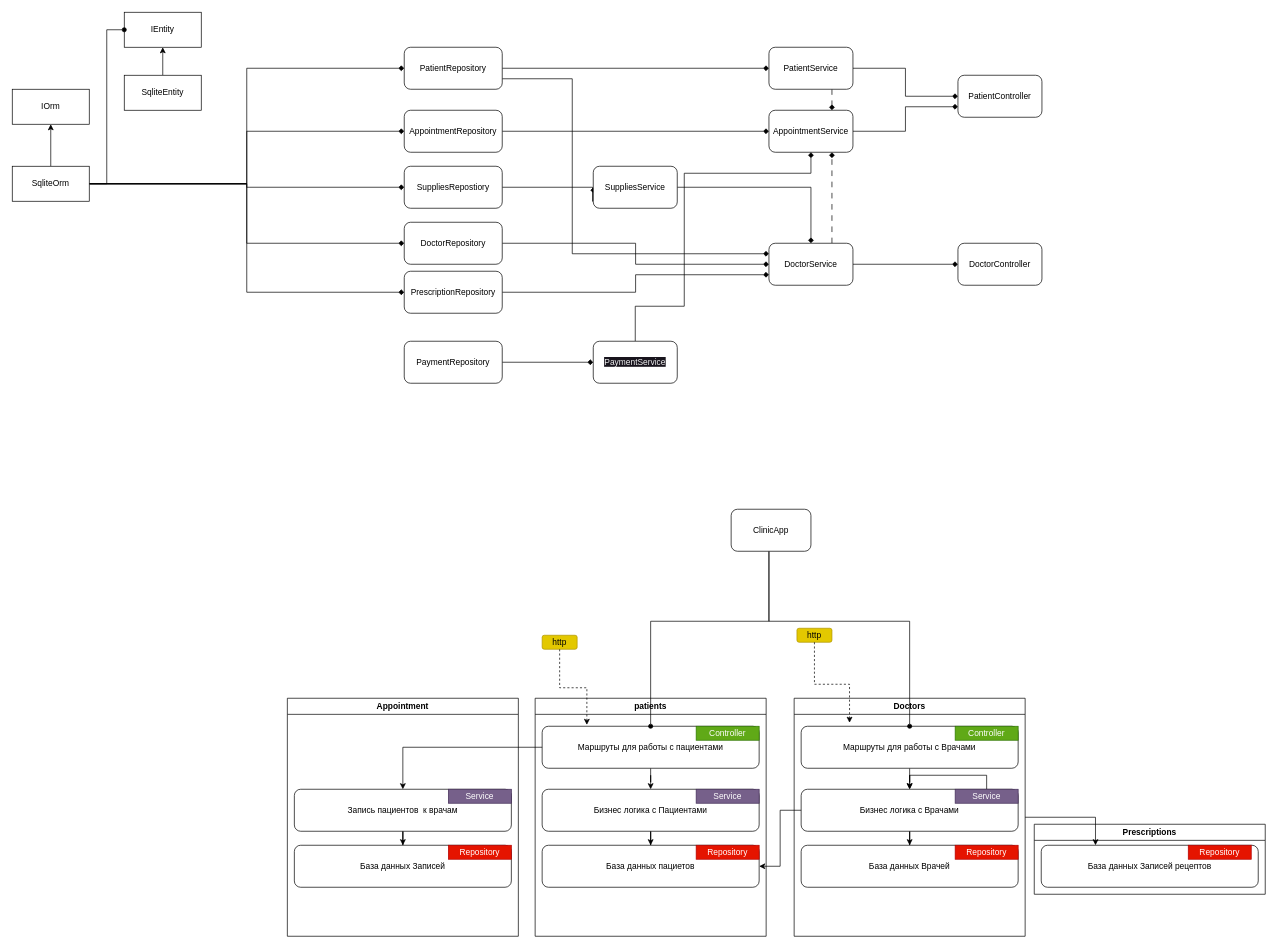
Pixelzzz99/WeeklyClinic keeps this draw.io diagram as WeeklyClinic.drawio. Above is the earlier version. Source tidied: cells renumbered, new cells numbered last; positions are measured from the earlier drawing's top-left corner, leaving out a move shared by most shapes. Both pictures are drawn from the tidied source at 70%, with x=0, y=0 at pixel (12, 12).
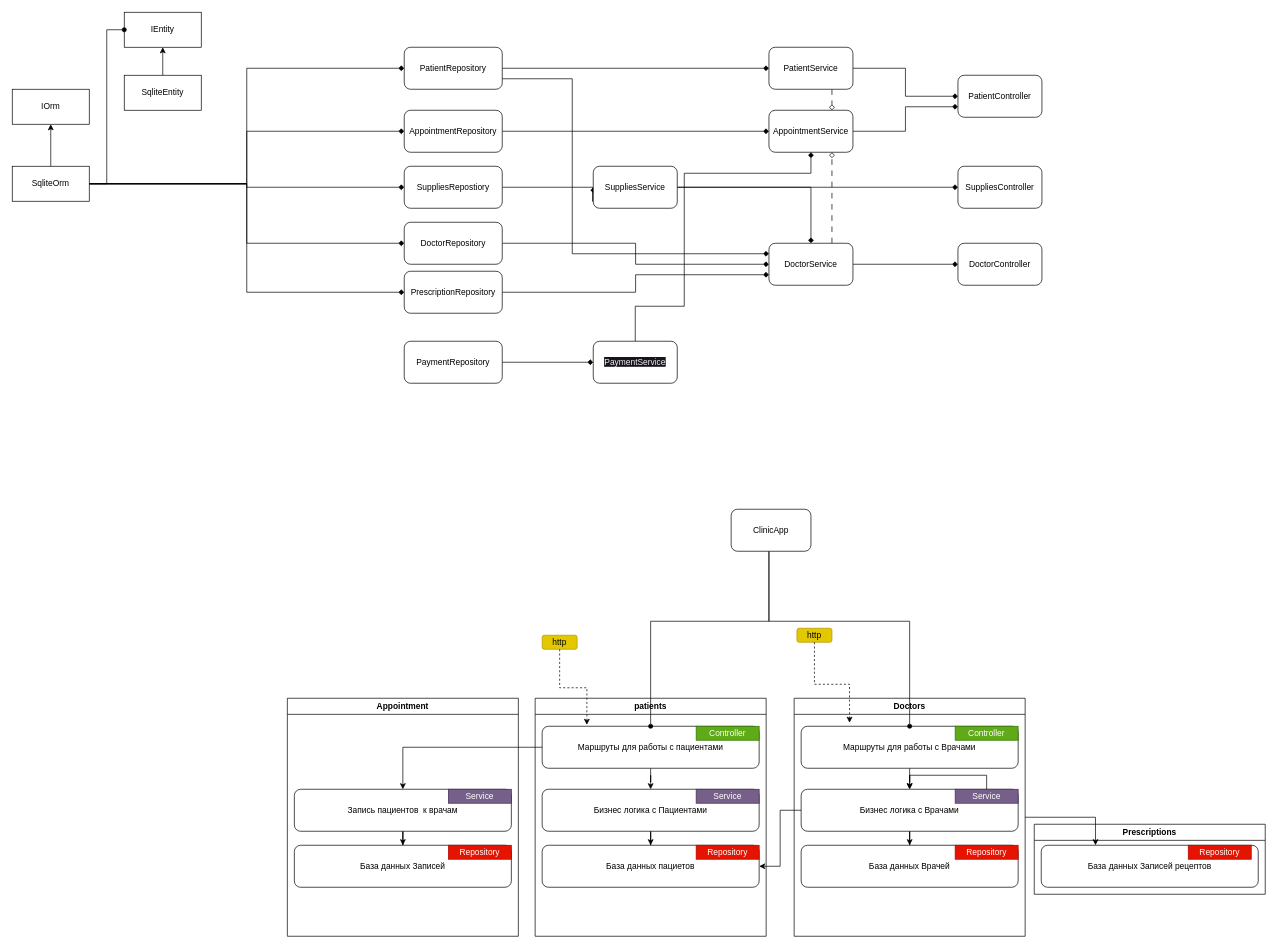
Above is the later version.

The change refers to these unchanged cells:
```xml
<mxCell id="59" value="PatientService" style="rounded=1;whiteSpace=wrap;html=1;" parent="1" vertex="1">
  <mxGeometry x="1081" y="50" width="120" height="60" as="geometry" />
</mxCell>
<mxCell id="62" value="DoctorService" style="rounded=1;whiteSpace=wrap;html=1;" parent="1" vertex="1">
  <mxGeometry x="1081" y="330" width="120" height="60" as="geometry" />
</mxCell>
<mxCell id="64" value="AppointmentService" style="rounded=1;whiteSpace=wrap;html=1;" parent="1" vertex="1">
  <mxGeometry x="1081" y="140" width="120" height="60" as="geometry" />
</mxCell>
<mxCell id="78" value="SuppliesService" style="rounded=1;whiteSpace=wrap;html=1;" parent="1" vertex="1">
  <mxGeometry x="830" y="220" width="120" height="60" as="geometry" />
</mxCell>
```

The edit, as a diff of the source:
```diff
@@
-    <mxCell id="58" style="edgeStyle=orthogonalEdgeStyle;rounded=0;html=1;exitX=0.75;exitY=1;exitDx=0;exitDy=0;entryX=0.75;entryY=0;entryDx=0;entryDy=0;endArrow=diamond;endFill=1;dashed=1;dashPattern=8 8;" parent="1" edge="1" source="59" target="64">
+    <mxCell id="58" style="edgeStyle=orthogonalEdgeStyle;rounded=0;html=1;exitX=0.75;exitY=1;exitDx=0;exitDy=0;entryX=0.75;entryY=0;entryDx=0;entryDy=0;endArrow=diamond;endFill=0;dashed=1;dashPattern=8 8;" parent="1" edge="1" source="59" target="64">
       <mxGeometry relative="1" as="geometry" />
     </mxCell>
@@
-    <mxCell id="61" style="edgeStyle=orthogonalEdgeStyle;rounded=0;html=1;exitX=0.75;exitY=0;exitDx=0;exitDy=0;entryX=0.75;entryY=1;entryDx=0;entryDy=0;endArrow=diamond;endFill=1;dashed=1;dashPattern=8 8;" parent="1" edge="1" source="62" target="64">
+    <mxCell id="61" style="edgeStyle=orthogonalEdgeStyle;rounded=0;html=1;exitX=0.75;exitY=0;exitDx=0;exitDy=0;entryX=0.75;entryY=1;entryDx=0;entryDy=0;endArrow=diamond;endFill=0;dashed=1;dashPattern=8 8;" parent="1" edge="1" source="62" target="64">
       <mxGeometry relative="1" as="geometry" />
     </mxCell>
@@
+    <mxCell id="79" style="edgeStyle=orthogonalEdgeStyle;html=1;entryX=0;entryY=0.5;entryDx=0;entryDy=0;endArrow=diamond;endFill=1;" parent="1" edge="1" source="78" target="80">
+      <mxGeometry relative="1" as="geometry" />
+    </mxCell>
@@
+    <mxCell id="80" value="SuppliesController" style="rounded=1;whiteSpace=wrap;html=1;" parent="1" vertex="1">
+      <mxGeometry x="1351" y="220" width="120" height="60" as="geometry" />
+    </mxCell>
```
